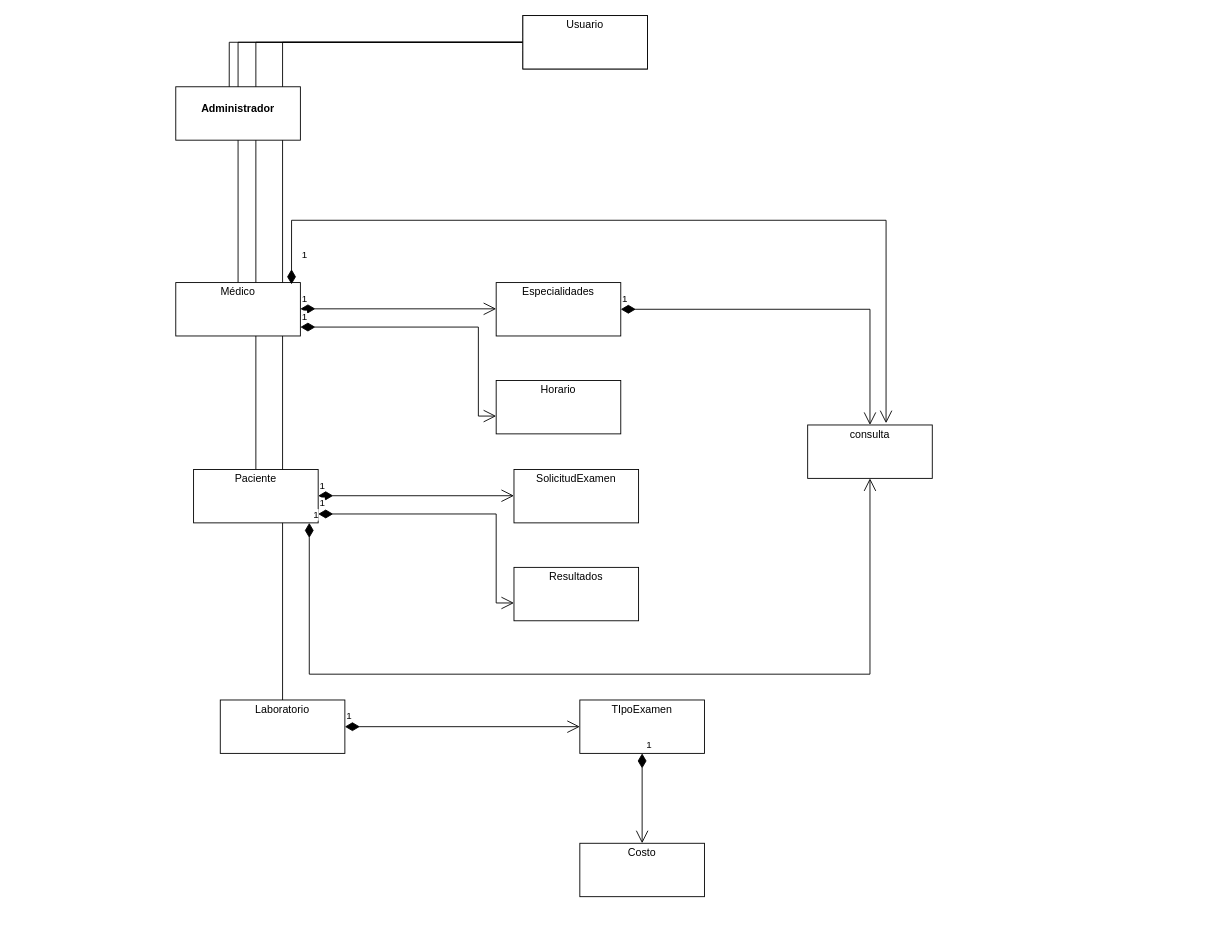
The draw.io diagram documentación PROYECTO 2/modelo conceptual HOSPITAL.drawio in luisbaquiax/IPC2_proyecto2_hospital, before the edit. Source tidied: cells renumbered, new cells numbered last; positions are measured from the earlier drawing's top-left corner, leaving out a move shared by most shapes. Both pictures are drawn from the tidied source at 89%, with x=0, y=0 at pixel (175, 15).
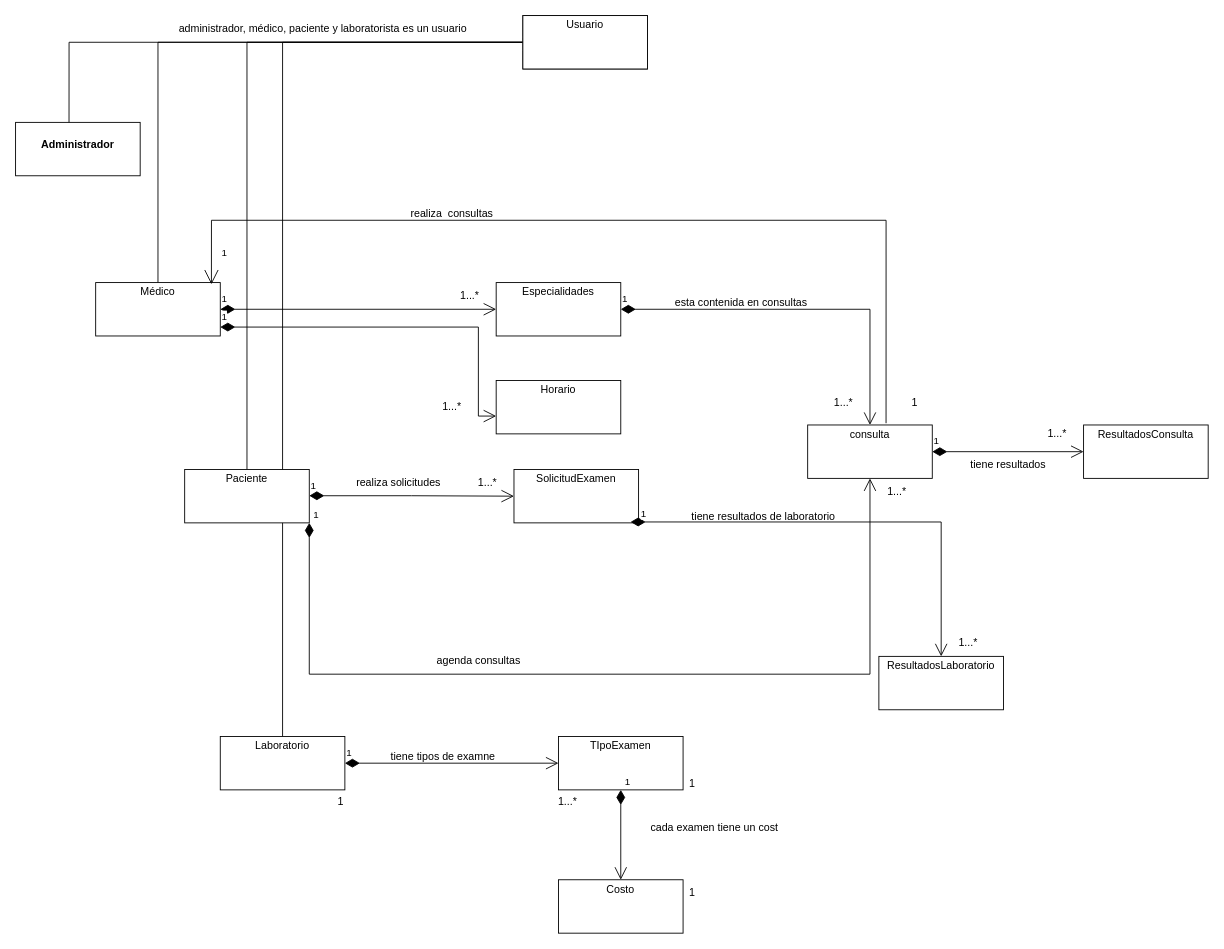
Above is the later version.

Unchanged cells that the change refers to:
```xml
<mxCell id="12" value="&lt;p style=&quot;margin:0px;margin-top:4px;text-align:center;&quot;&gt;Especialidades&lt;/p&gt;" style="verticalAlign=top;align=left;overflow=fill;fontSize=12;fontFamily=Helvetica;html=1;whiteSpace=wrap;" parent="1" vertex="1">
  <mxGeometry x="360" y="300" width="140" height="60" as="geometry" />
</mxCell>
<mxCell id="16" value="&lt;p style=&quot;margin:0px;margin-top:4px;text-align:center;&quot;&gt;SolicitudExamen&lt;/p&gt;" style="verticalAlign=top;align=left;overflow=fill;fontSize=12;fontFamily=Helvetica;html=1;whiteSpace=wrap;" parent="1" vertex="1">
  <mxGeometry x="380" y="510" width="140" height="60" as="geometry" />
</mxCell>
<mxCell id="20" value="&lt;p style=&quot;margin:0px;margin-top:4px;text-align:center;&quot;&gt;consulta&lt;/p&gt;" style="verticalAlign=top;align=left;overflow=fill;fontSize=12;fontFamily=Helvetica;html=1;whiteSpace=wrap;" parent="1" vertex="1">
  <mxGeometry x="710" y="460" width="140" height="60" as="geometry" />
</mxCell>
```

Diff of the diagram source:
```diff
@@
     <mxCell id="8" value="&lt;p style=&quot;margin:0px;margin-top:4px;text-align:center;&quot;&gt;Médico&lt;/p&gt;" style="verticalAlign=top;align=left;overflow=fill;fontSize=12;fontFamily=Helvetica;html=1;whiteSpace=wrap;" parent="1" vertex="1">
-      <mxGeometry y="300" width="140" height="60" as="geometry" />
+      <mxGeometry x="-90" y="300" width="140" height="60" as="geometry" />
     </mxCell>
     <mxCell id="9" value="&lt;p style=&quot;margin:0px;margin-top:4px;text-align:center;&quot;&gt;&lt;br&gt;&lt;b&gt;Administrador&lt;/b&gt;&lt;/p&gt;" style="verticalAlign=top;align=left;overflow=fill;fontSize=12;fontFamily=Helvetica;html=1;whiteSpace=wrap;" parent="1" vertex="1">
-      <mxGeometry y="80" width="140" height="60" as="geometry" />
+      <mxGeometry x="-180" y="120" width="140" height="60" as="geometry" />
     </mxCell>
     <mxCell id="10" value="&lt;p style=&quot;margin:0px;margin-top:4px;text-align:center;&quot;&gt;Paciente&lt;/p&gt;" style="verticalAlign=top;align=left;overflow=fill;fontSize=12;fontFamily=Helvetica;html=1;whiteSpace=wrap;" parent="1" vertex="1">
-      <mxGeometry x="20" y="510" width="140" height="60" as="geometry" />
+      <mxGeometry x="10" y="510" width="140" height="60" as="geometry" />
     </mxCell>
     <mxCell id="11" value="&lt;p style=&quot;margin:0px;margin-top:4px;text-align:center;&quot;&gt;Laboratorio&lt;/p&gt;" style="verticalAlign=top;align=left;overflow=fill;fontSize=12;fontFamily=Helvetica;html=1;whiteSpace=wrap;" parent="1" vertex="1">
-      <mxGeometry x="50" y="769" width="140" height="60" as="geometry" />
+      <mxGeometry x="50" y="810" width="140" height="60" as="geometry" />
     </mxCell>
@@
-    <mxCell id="13" value="1" style="endArrow=open;html=1;endSize=12;startArrow=diamondThin;startSize=14;startFill=1;edgeStyle=orthogonalEdgeStyle;align=left;verticalAlign=bottom;rounded=0;" parent="1" edge="1" target="12">
-      <mxGeometry x="-1" y="3" relative="1" as="geometry">
-        <mxPoint x="140" y="329.5" as="sourcePoint" />
-      </mxGeometry>
+    <mxCell id="13" value="1" style="endArrow=open;html=1;endSize=12;startArrow=diamondThin;startSize=14;startFill=1;edgeStyle=orthogonalEdgeStyle;align=left;verticalAlign=bottom;rounded=0;" parent="1" edge="1" source="8" target="12">
+      <mxGeometry x="-1" y="3" relative="1" as="geometry" />
     </mxCell>
@@
-    <mxCell id="17" value="1" style="endArrow=open;html=1;endSize=12;startArrow=diamondThin;startSize=14;startFill=1;edgeStyle=orthogonalEdgeStyle;align=left;verticalAlign=bottom;rounded=0;" parent="1" edge="1" target="16">
-      <mxGeometry x="-1" y="3" relative="1" as="geometry">
-        <mxPoint x="160" y="539.5" as="sourcePoint" />
-      </mxGeometry>
+    <mxCell id="17" value="1" style="endArrow=open;html=1;endSize=12;startArrow=diamondThin;startSize=14;startFill=1;edgeStyle=orthogonalEdgeStyle;align=left;verticalAlign=bottom;rounded=0;exitX=1;exitY=0.492;exitDx=0;exitDy=0;exitPerimeter=0;" parent="1" edge="1" source="10" target="16">
+      <mxGeometry x="-1" y="3" relative="1" as="geometry" />
     </mxCell>
-    <mxCell id="18" value="&lt;p style=&quot;margin:0px;margin-top:4px;text-align:center;&quot;&gt;Resultados&lt;/p&gt;" style="verticalAlign=top;align=left;overflow=fill;fontSize=12;fontFamily=Helvetica;html=1;whiteSpace=wrap;" parent="1" vertex="1">
-      <mxGeometry x="380" y="620" width="140" height="60" as="geometry" />
+    <mxCell id="18" value="&lt;p style=&quot;margin:0px;margin-top:4px;text-align:center;&quot;&gt;ResultadosLaboratorio&lt;/p&gt;" style="verticalAlign=top;align=left;overflow=fill;fontSize=12;fontFamily=Helvetica;html=1;whiteSpace=wrap;" parent="1" vertex="1">
+      <mxGeometry x="790" y="720" width="140" height="60" as="geometry" />
     </mxCell>
-    <mxCell id="19" value="1" style="endArrow=open;html=1;endSize=12;startArrow=diamondThin;startSize=14;startFill=1;edgeStyle=orthogonalEdgeStyle;align=left;verticalAlign=bottom;rounded=0;" parent="1" edge="1" target="18">
-      <mxGeometry x="-1" y="3" relative="1" as="geometry">
-        <mxPoint x="160" y="560" as="sourcePoint" />
+    <mxCell id="19" value="1" style="endArrow=open;html=1;endSize=12;startArrow=diamondThin;startSize=14;startFill=1;edgeStyle=orthogonalEdgeStyle;align=left;verticalAlign=bottom;rounded=0;exitX=0.936;exitY=0.983;exitDx=0;exitDy=0;exitPerimeter=0;" parent="1" edge="1" source="16" target="18">
+      <mxGeometry x="-0.96" relative="1" as="geometry">
         <Array as="points">
-          <mxPoint x="360" y="560" />
-          <mxPoint x="360" y="660" />
+          <mxPoint x="860" y="569" />
         </Array>
       </mxGeometry>
     </mxCell>
@@
-    <mxCell id="21" value="1" style="endArrow=open;html=1;endSize=12;startArrow=diamondThin;startSize=14;startFill=1;edgeStyle=orthogonalEdgeStyle;align=left;verticalAlign=bottom;rounded=0;exitX=0.929;exitY=0.033;exitDx=0;exitDy=0;exitPerimeter=0;entryX=0.629;entryY=-0.033;entryDx=0;entryDy=0;entryPerimeter=0;" parent="1" edge="1" source="8" target="20">
+    <mxCell id="21" value="1" style="endArrow=none;html=1;endSize=12;startArrow=open;startSize=14;startFill=0;edgeStyle=orthogonalEdgeStyle;align=left;verticalAlign=bottom;rounded=0;exitX=0.929;exitY=0.033;exitDx=0;exitDy=0;exitPerimeter=0;entryX=0.629;entryY=-0.033;entryDx=0;entryDy=0;entryPerimeter=0;endFill=0;" parent="1" edge="1" source="8" target="20">
       <mxGeometry x="-0.95" y="-10" relative="1" as="geometry">
         <Array as="points">
-          <mxPoint x="130" y="230" />
+          <mxPoint x="40" y="230" />
           <mxPoint x="798" y="230" />
         </Array>
       </mxGeometry>
     </mxCell>
@@
     <mxCell id="24" value="&lt;p style=&quot;margin:0px;margin-top:4px;text-align:center;&quot;&gt;TIpoExamen&lt;/p&gt;" style="verticalAlign=top;align=left;overflow=fill;fontSize=12;fontFamily=Helvetica;html=1;whiteSpace=wrap;" parent="1" vertex="1">
-      <mxGeometry x="454" y="769" width="140" height="60" as="geometry" />
+      <mxGeometry x="430" y="810" width="140" height="60" as="geometry" />
     </mxCell>
@@
     <mxCell id="26" value="&lt;p style=&quot;margin:0px;margin-top:4px;text-align:center;&quot;&gt;Costo&lt;/p&gt;" style="verticalAlign=top;align=left;overflow=fill;fontSize=12;fontFamily=Helvetica;html=1;whiteSpace=wrap;" parent="1" vertex="1">
-      <mxGeometry x="454" y="930" width="140" height="60" as="geometry" />
+      <mxGeometry x="430" y="971" width="140" height="60" as="geometry" />
     </mxCell>
@@
+    <mxCell id="28" value="realiza solicitudes" style="text;html=1;align=center;verticalAlign=middle;strokeColor=none;fillColor=none;" parent="1" vertex="1">
+      <mxGeometry x="190" y="510" width="120" height="30" as="geometry" />
+    </mxCell>
+    <mxCell id="29" value="esta contenida en consultas" style="text;html=1;align=center;verticalAlign=middle;strokeColor=none;fillColor=none;" parent="1" vertex="1">
+      <mxGeometry x="550" y="308" width="170" height="30" as="geometry" />
+    </mxCell>
+    <mxCell id="30" value="tiene resultados de laboratorio" style="text;html=1;align=center;verticalAlign=middle;strokeColor=none;fillColor=none;" parent="1" vertex="1">
+      <mxGeometry x="570" y="548" width="180" height="30" as="geometry" />
+    </mxCell>
+    <mxCell id="31" value="realiza&amp;nbsp; consultas" style="text;html=1;align=center;verticalAlign=middle;strokeColor=none;fillColor=none;" parent="1" vertex="1">
+      <mxGeometry x="250" y="208" width="120" height="30" as="geometry" />
+    </mxCell>
+    <mxCell id="32" value="administrador, médico, paciente y laboratorista es un usuario" style="text;html=1;align=center;verticalAlign=middle;strokeColor=none;fillColor=none;" parent="1" vertex="1">
+      <mxGeometry x="-10" width="350" height="30" as="geometry" />
+    </mxCell>
+    <mxCell id="33" value="agenda consultas" style="text;html=1;align=center;verticalAlign=middle;strokeColor=none;fillColor=none;" parent="1" vertex="1">
+      <mxGeometry x="280" y="710" width="120" height="30" as="geometry" />
+    </mxCell>
+    <mxCell id="34" value="tiene tipos de examne" style="text;html=1;align=center;verticalAlign=middle;strokeColor=none;fillColor=none;" parent="1" vertex="1">
+      <mxGeometry x="230" y="818" width="140" height="30" as="geometry" />
+    </mxCell>
+    <mxCell id="35" value="cada examen tiene un cost" style="text;html=1;align=center;verticalAlign=middle;strokeColor=none;fillColor=none;" parent="1" vertex="1">
+      <mxGeometry x="520" y="898" width="170" height="30" as="geometry" />
+    </mxCell>
+    <mxCell id="36" value="1" style="text;html=1;align=center;verticalAlign=middle;strokeColor=none;fillColor=none;" parent="1" vertex="1">
+      <mxGeometry x="565" y="848" width="30" height="30" as="geometry" />
+    </mxCell>
+    <mxCell id="37" value="1" style="text;html=1;align=center;verticalAlign=middle;strokeColor=none;fillColor=none;" parent="1" vertex="1">
+      <mxGeometry x="565" y="971" width="30" height="30" as="geometry" />
+    </mxCell>
+    <mxCell id="38" value="1" style="text;html=1;align=center;verticalAlign=middle;strokeColor=none;fillColor=none;" parent="1" vertex="1">
+      <mxGeometry x="170" y="868" width="30" height="30" as="geometry" />
+    </mxCell>
+    <mxCell id="39" value="1...*" style="text;html=1;align=center;verticalAlign=middle;strokeColor=none;fillColor=none;" parent="1" vertex="1">
+      <mxGeometry x="420" y="868" width="40" height="30" as="geometry" />
+    </mxCell>
+    <mxCell id="40" value="1...*" style="text;html=1;align=center;verticalAlign=middle;strokeColor=none;fillColor=none;" parent="1" vertex="1">
+      <mxGeometry x="870" y="690" width="40" height="30" as="geometry" />
+    </mxCell>
+    <mxCell id="41" value="1...*" style="text;html=1;align=center;verticalAlign=middle;strokeColor=none;fillColor=none;" parent="1" vertex="1">
+      <mxGeometry x="330" y="510" width="40" height="30" as="geometry" />
+    </mxCell>
+    <mxCell id="42" value="1...*" style="text;html=1;align=center;verticalAlign=middle;strokeColor=none;fillColor=none;" parent="1" vertex="1">
+      <mxGeometry x="730" y="420" width="40" height="30" as="geometry" />
+    </mxCell>
+    <mxCell id="43" value="1...*" style="text;html=1;align=center;verticalAlign=middle;strokeColor=none;fillColor=none;" parent="1" vertex="1">
+      <mxGeometry x="310" y="300" width="40" height="30" as="geometry" />
+    </mxCell>
+    <mxCell id="44" value="1...*" style="text;html=1;align=center;verticalAlign=middle;strokeColor=none;fillColor=none;" parent="1" vertex="1">
+      <mxGeometry x="290" y="425" width="40" height="30" as="geometry" />
+    </mxCell>
+    <mxCell id="45" value="1" style="text;html=1;align=center;verticalAlign=middle;strokeColor=none;fillColor=none;" parent="1" vertex="1">
+      <mxGeometry x="815" y="420" width="30" height="30" as="geometry" />
+    </mxCell>
+    <mxCell id="46" value="1...*" style="text;html=1;align=center;verticalAlign=middle;strokeColor=none;fillColor=none;" parent="1" vertex="1">
+      <mxGeometry x="790" y="520" width="40" height="30" as="geometry" />
+    </mxCell>
+    <mxCell id="47" value="&lt;p style=&quot;margin:0px;margin-top:4px;text-align:center;&quot;&gt;ResultadosConsulta&lt;/p&gt;" style="verticalAlign=top;align=left;overflow=fill;fontSize=12;fontFamily=Helvetica;html=1;whiteSpace=wrap;" parent="1" vertex="1">
+      <mxGeometry x="1020" y="460" width="140" height="60" as="geometry" />
+    </mxCell>
+    <mxCell id="48" value="1" style="endArrow=open;html=1;endSize=12;startArrow=diamondThin;startSize=14;startFill=1;edgeStyle=orthogonalEdgeStyle;align=left;verticalAlign=bottom;rounded=0;exitX=1;exitY=0.5;exitDx=0;exitDy=0;entryX=0;entryY=0.5;entryDx=0;entryDy=0;" parent="1" edge="1" source="20" target="47">
+      <mxGeometry x="-1" y="3" relative="1" as="geometry" />
+    </mxCell>
+    <mxCell id="49" value="1...*" style="text;html=1;align=center;verticalAlign=middle;strokeColor=none;fillColor=none;" parent="1" vertex="1">
+      <mxGeometry x="970" y="455" width="40" height="30" as="geometry" />
+    </mxCell>
+    <mxCell id="50" value="tiene resultados" style="text;html=1;align=center;verticalAlign=middle;strokeColor=none;fillColor=none;" parent="1" vertex="1">
+      <mxGeometry x="880" y="490" width="110" height="30" as="geometry" />
+    </mxCell>
```
